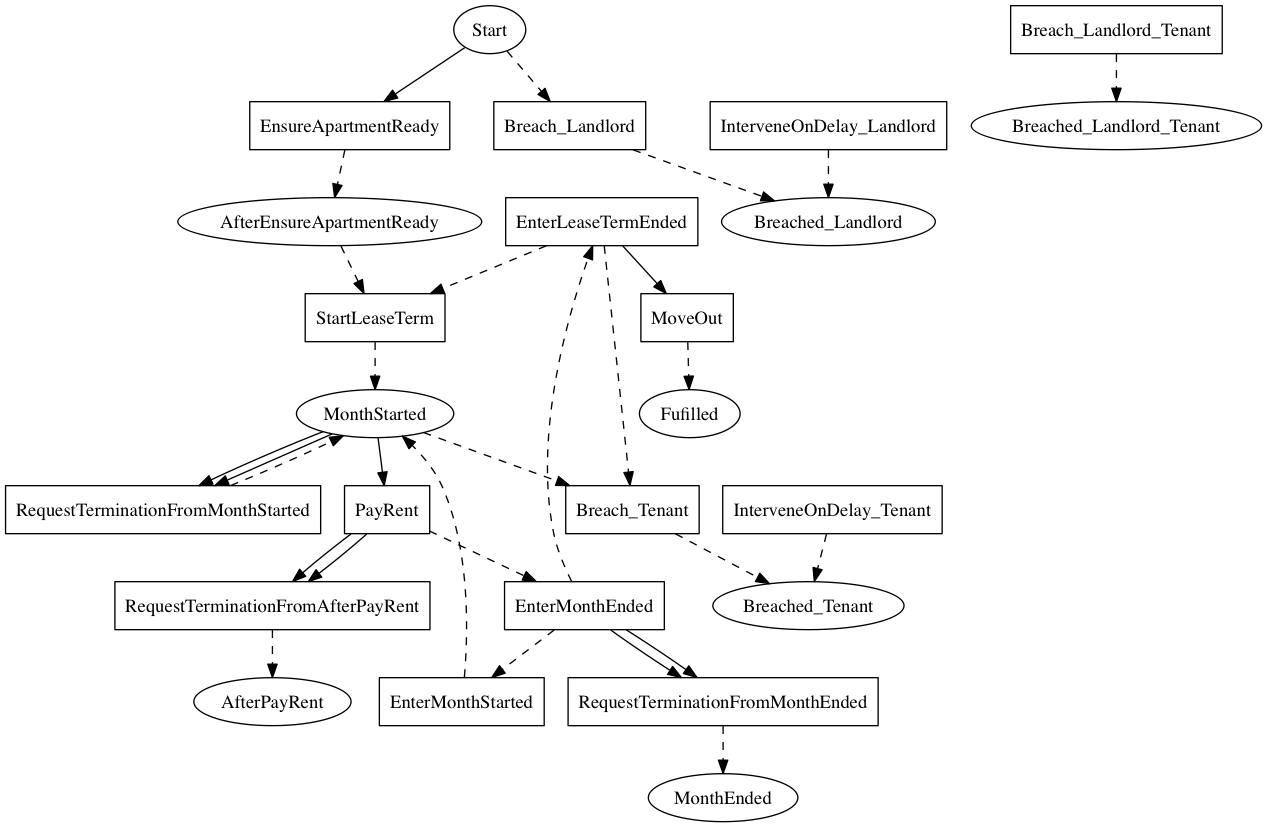
Before: linear_state_machine_language/pyL4/examples/out_graphviz/from_academic_lit/hvitved_lease.png, a diagram exported from Graphviz (Marcao02/complaw-deeptech). Its source is kept beside it as linear_state_machine_language/pyL4/examples/out_graphviz/from_academic_lit/hvitved_lease.dot.
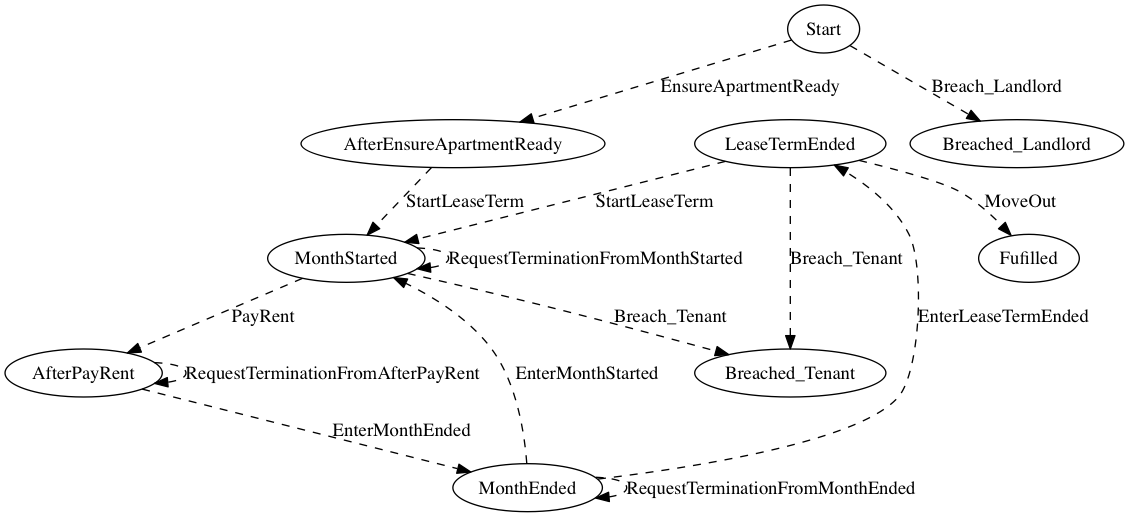
Above is the later version.

Diff of the diagram source:
```diff
@@ -3,61 +3,29 @@
     Fulfilled[label=Fufilled];
     Start[label=Start];
 	AfterEnsureApartmentReady[label=AfterEnsureApartmentReady];
-	MonthStarted[label=MonthStarted];
-	Breached_Tenant[label=Breached_Tenant];
-	Breached_Landlord[label=Breached_Landlord];
-	Breached_Landlord_Tenant[label=Breached_Landlord_Tenant]
-
-
-    RequestTerminationFromMonthStarted[label=RequestTerminationFromMonthStarted,shape=box];
-	RequestTerminationFromAfterPayRent[label=RequestTerminationFromAfterPayRent,shape=box];
-	RequestTerminationFromMonthEnded[label=RequestTerminationFromMonthEnded,shape=box];
-	EnsureApartmentReady[label=EnsureApartmentReady,shape=box];
-	StartLeaseTerm[label=StartLeaseTerm,shape=box];
-	EnterMonthStarted[label=EnterMonthStarted,shape=box];
-	PayRent[label=PayRent,shape=box];
-	EnterMonthEnded[label=EnterMonthEnded,shape=box];
-	EnterLeaseTermEnded[label=EnterLeaseTermEnded,shape=box];
-	MoveOut[label=MoveOut,shape=box];
-	Breach_Tenant[label=Breach_Tenant,shape=box];
-	Breach_Landlord[label=Breach_Landlord,shape=box];
-	Breach_Landlord_Tenant[label=Breach_Landlord_Tenant,shape=box];
-	InterveneOnDelay_Landlord[label=InterveneOnDelay_Landlord,shape=box];
-	InterveneOnDelay_Tenant[label=InterveneOnDelay_Tenant,shape=box]
+	MonthStarted[label=MonthStarted]
 
 
 
-    Start -> EnsureApartmentReady;
-	Start -> Breach_Landlord [style=dashed];
-	AfterEnsureApartmentReady -> StartLeaseTerm [style=dashed];
-	MonthStarted -> PayRent;
-	MonthStarted -> Breach_Tenant [style=dashed];
-	MonthStarted -> RequestTerminationFromMonthStarted;
-	MonthStarted -> RequestTerminationFromMonthStarted;
-	PayRent -> EnterMonthEnded [style=dashed];
-	PayRent -> RequestTerminationFromAfterPayRent;
-	PayRent -> RequestTerminationFromAfterPayRent;
-	EnterMonthEnded -> EnterLeaseTermEnded [style=dashed];
-	EnterMonthEnded -> EnterMonthStarted [style=dashed];
-	EnterMonthEnded -> RequestTerminationFromMonthEnded;
-	EnterMonthEnded -> RequestTerminationFromMonthEnded;
-	EnterLeaseTermEnded -> MoveOut;
-	EnterLeaseTermEnded -> Breach_Tenant [style=dashed];
-	EnterLeaseTermEnded -> StartLeaseTerm [style=dashed]
-
-    RequestTerminationFromMonthStarted -> MonthStarted [style=dashed];
-	RequestTerminationFromAfterPayRent -> AfterPayRent [style=dashed];
-	RequestTerminationFromMonthEnded -> MonthEnded [style=dashed];
-	EnsureApartmentReady -> AfterEnsureApartmentReady [style=dashed];
-	StartLeaseTerm -> MonthStarted [style=dashed];
-	EnterMonthStarted -> MonthStarted [style=dashed];
-	MoveOut -> Fulfilled [style=dashed];
-	Breach_Tenant -> Breached_Tenant [style=dashed];
-	Breach_Landlord -> Breached_Landlord [style=dashed];
-	Breach_Landlord_Tenant -> Breached_Landlord_Tenant [style=dashed];
-	InterveneOnDelay_Landlord -> Breached_Landlord [style=dashed];
-	InterveneOnDelay_Tenant -> Breached_Tenant [style=dashed];
 
 
 
+
+    Start -> AfterEnsureApartmentReady [style=dashed,label=EnsureApartmentReady];
+	Start -> Breached_Landlord [style=dashed,label=Breach_Landlord];
+	AfterEnsureApartmentReady -> MonthStarted [style=dashed,label=StartLeaseTerm];
+	MonthStarted -> AfterPayRent [style=dashed,label=PayRent];
+	MonthStarted -> Breached_Tenant [style=dashed,label=Breach_Tenant];
+	AfterPayRent -> MonthEnded [style=dashed,label=EnterMonthEnded];
+	MonthEnded -> LeaseTermEnded [style=dashed,label=EnterLeaseTermEnded];
+	MonthEnded -> MonthStarted [style=dashed,label=EnterMonthStarted];
+	LeaseTermEnded -> Fulfilled [style=dashed,label=MoveOut];
+	LeaseTermEnded -> Breached_Tenant [style=dashed,label=Breach_Tenant];
+	LeaseTermEnded -> MonthStarted [style=dashed,label=StartLeaseTerm];
+
+
+    MonthStarted -> MonthStarted [style=dashed,label=RequestTerminationFromMonthStarted];
+	AfterPayRent -> AfterPayRent [style=dashed,label=RequestTerminationFromAfterPayRent];
+	MonthEnded -> MonthEnded [style=dashed,label=RequestTerminationFromMonthEnded];
+
 }
```
